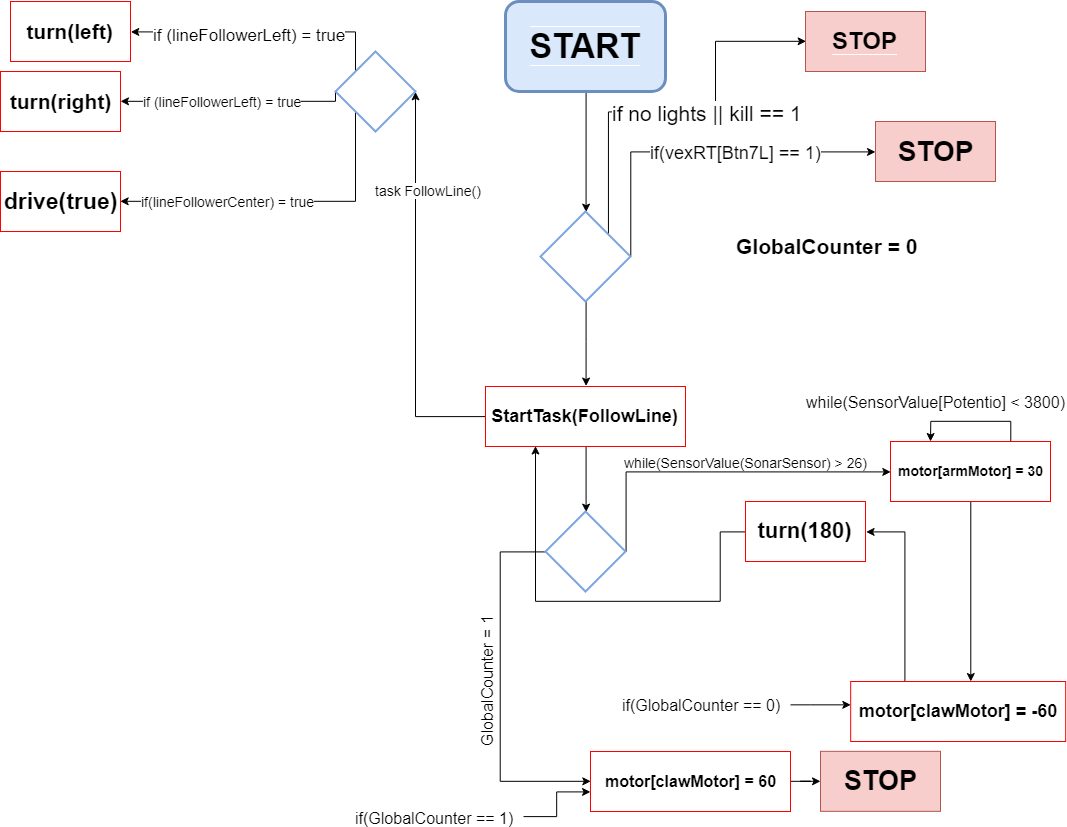
This is verkefni6/verkefni6_flaedirit.png from BergurIngiO/rob2a, a draw.io export, as it was before one commit. Source tidied: cells renumbered, new cells last; positions are measured from the earlier drawing's top-left corner, leaving out a move shared by most shapes.
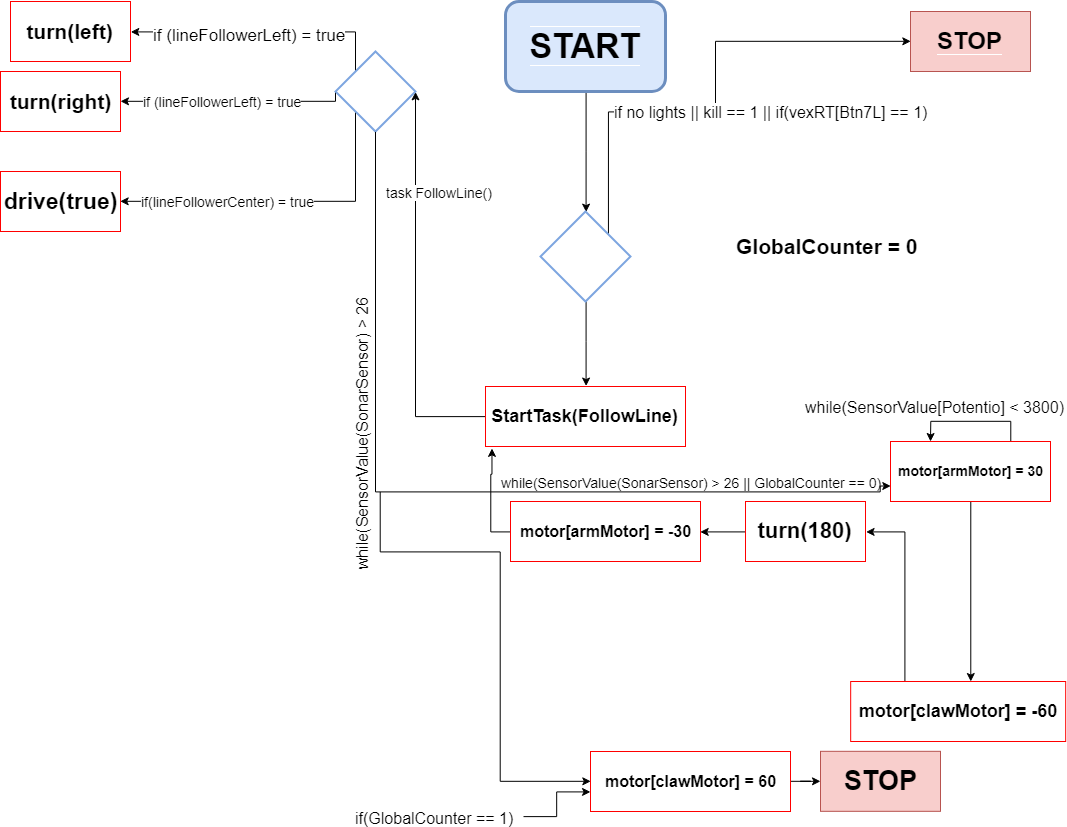
The same file after the commit.

Diff of the diagram source:
```diff
@@ -8,18 +8,18 @@
     <mxCell id="3" value="&lt;b&gt;&lt;font style=&quot;font-size: 34px ; background-color: rgb(218 , 232 , 252)&quot;&gt;START&lt;/font&gt;&lt;/b&gt;" style="rounded=1;whiteSpace=wrap;html=1;labelBackgroundColor=#FFFFFF;strokeColor=#6c8ebf;fontSize=21;fontColor=#000000;strokeWidth=3;fillColor=#dae8fc;" parent="1" vertex="1">
       <mxGeometry x="505" width="160" height="90" as="geometry" />
     </mxCell>
-    <mxCell id="4" style="edgeStyle=orthogonalEdgeStyle;rounded=0;html=1;exitX=1;exitY=0;jettySize=auto;fontSize=21;fontColor=#000000;" parent="1" edge="1" source="12">
+    <mxCell id="4" style="edgeStyle=orthogonalEdgeStyle;rounded=0;html=1;exitX=1;exitY=0;jettySize=auto;fontSize=21;fontColor=#000000;entryX=0;entryY=0.5;" parent="1" edge="1" source="12" target="13">
       <mxGeometry relative="1" as="geometry">
-        <mxPoint x="805" y="40" as="targetPoint" />
         <Array as="points">
           <mxPoint x="608" y="110" />
           <mxPoint x="715" y="110" />
+          <mxPoint x="715" y="40" />
         </Array>
       </mxGeometry>
     </mxCell>
-    <mxCell id="5" value="if no lights || kill == 1" style="text;html=1;align=center;verticalAlign=middle;labelBackgroundColor=#ffffff;fontSize=21;fontColor=#000000;" parent="4" vertex="1">
+    <mxCell id="5" value="if no lights || kill == 1 ||&amp;nbsp;&lt;span style=&quot;font-size: 16px;&quot;&gt;if(vexRT[Btn7L] == 1)&lt;/span&gt;&lt;br style=&quot;font-size: 16px;&quot;&gt;" style="text;html=1;align=center;verticalAlign=middle;labelBackgroundColor=#ffffff;fontSize=16;fontColor=#000000;" parent="4" vertex="1">
       <mxGeometry x="-0.37" y="-33" relative="1" as="geometry">
-        <mxPoint x="97" y="-33" as="offset" />
+        <mxPoint x="128" y="-33.5" as="offset" />
       </mxGeometry>
     </mxCell>
     <mxCell id="6" style="edgeStyle=orthogonalEdgeStyle;rounded=0;html=1;exitX=0;exitY=0.5;entryX=1;entryY=0.5;jettySize=auto;fontSize=21;fontColor=#000000;" parent="1" edge="1" source="26" target="20">
@@ -31,21 +31,9 @@
     </mxCell>
     <mxCell id="7" value="task FollowLine()" style="text;html=1;align=center;verticalAlign=middle;labelBackgroundColor=#ffffff;fontSize=14;fontColor=#000000;" parent="6" vertex="1">
       <mxGeometry x="0.69" y="3" relative="1" as="geometry">
-        <mxPoint x="15" y="37" as="offset" />
+        <mxPoint x="26" y="38.5" as="offset" />
       </mxGeometry>
     </mxCell>
-    <mxCell id="8" style="edgeStyle=orthogonalEdgeStyle;rounded=0;html=1;exitX=1;exitY=0.5;jettySize=auto;fontSize=14;fontColor=#000000;" parent="1" edge="1" source="12" target="24">
-      <mxGeometry relative="1" as="geometry">
-        <Array as="points">
-          <mxPoint x="630" y="150" />
-        </Array>
-      </mxGeometry>
-    </mxCell>
-    <mxCell id="9" value="&lt;font style=&quot;font-size: 18px&quot;&gt;if(vexRT[Btn7L] == 1)&lt;/font&gt;" style="text;html=1;align=center;verticalAlign=middle;labelBackgroundColor=#ffffff;fontSize=14;fontColor=#000000;" parent="8" vertex="1">
-      <mxGeometry x="0.02" y="3" relative="1" as="geometry">
-        <mxPoint x="32" y="3" as="offset" />
-      </mxGeometry>
-    </mxCell>
     <mxCell id="10" style="edgeStyle=orthogonalEdgeStyle;rounded=0;html=1;exitX=0.5;exitY=1;entryX=0.5;entryY=0;jettySize=auto;fontSize=14;fontColor=#000000;" parent="1" edge="1" source="12" target="26">
       <mxGeometry relative="1" as="geometry">
         <Array as="points">
@@ -54,16 +42,16 @@
         </Array>
       </mxGeometry>
     </mxCell>
-    <mxCell id="11" value="&lt;span&gt;while(SensorValue(SonarSensor) &amp;gt; 26)&lt;/span&gt;&lt;br&gt;" style="text;html=1;align=center;verticalAlign=middle;labelBackgroundColor=#ffffff;fontSize=14;fontColor=#000000;" parent="10" vertex="1">
+    <mxCell id="11" value="&lt;span&gt;while(SensorValue(SonarSensor) &amp;gt; 26 || GlobalCounter == 0)&lt;/span&gt;&lt;br&gt;" style="text;html=1;align=center;verticalAlign=middle;labelBackgroundColor=#ffffff;fontSize=14;fontColor=#000000;" parent="10" vertex="1">
       <mxGeometry x="-0.31" relative="1" as="geometry">
-        <mxPoint x="159.5" y="131" as="offset" />
+        <mxPoint x="105" y="151" as="offset" />
       </mxGeometry>
     </mxCell>
     <mxCell id="12" style="rhombus;whiteSpace=wrap;html=1;labelBackgroundColor=#FFFFFF;strokeColor=#7EA6E0;fontSize=21;fontColor=#000000;strokeWidth=2;" parent="1" vertex="1">
       <mxGeometry x="540" y="210" width="90" height="90" as="geometry" />
     </mxCell>
     <mxCell id="13" value="&lt;b&gt;&lt;font style=&quot;font-size: 24px ; background-color: rgb(248 , 206 , 204)&quot;&gt;STOP&lt;/font&gt;&lt;/b&gt;" style="rounded=0;whiteSpace=wrap;html=1;labelBackgroundColor=#FFFFFF;strokeColor=#b85450;fontSize=21;fontColor=#000000;fillColor=#f8cecc;" parent="1" vertex="1">
-      <mxGeometry x="805" y="10" width="120" height="60" as="geometry" />
+      <mxGeometry x="910" y="10" width="120" height="60" as="geometry" />
     </mxCell>
     <mxCell id="14" style="edgeStyle=orthogonalEdgeStyle;rounded=0;html=1;exitX=0;exitY=0;jettySize=auto;fontSize=21;fontColor=#000000;entryX=1;entryY=0.5;" parent="1" edge="1" source="20" target="21">
       <mxGeometry relative="1" as="geometry">
@@ -113,39 +101,34 @@
     <mxCell id="23" value="&lt;font style=&quot;font-size: 23px&quot;&gt;&lt;b&gt;drive(true)&lt;/b&gt;&lt;/font&gt;" style="rounded=0;whiteSpace=wrap;html=1;labelBackgroundColor=#FFFFFF;strokeColor=#FF0000;fontSize=14;fontColor=#000000;" parent="1" vertex="1">
       <mxGeometry y="170" width="120" height="60" as="geometry" />
     </mxCell>
-    <mxCell id="24" value="&lt;b&gt;&lt;font style=&quot;font-size: 28px&quot;&gt;STOP&lt;/font&gt;&lt;/b&gt;" style="rounded=0;whiteSpace=wrap;html=1;strokeColor=#b85450;fillColor=#f8cecc;" parent="1" vertex="1">
-      <mxGeometry x="875" y="120" width="120" height="60" as="geometry" />
-    </mxCell>
-    <mxCell id="25" style="edgeStyle=orthogonalEdgeStyle;rounded=0;html=1;exitX=0.5;exitY=1;jettySize=auto;fontSize=14;fontColor=#000000;" parent="1" edge="1" source="26" target="30">
-      <mxGeometry relative="1" as="geometry" />
-    </mxCell>
     <mxCell id="26" value="&lt;font style=&quot;font-size: 18px&quot;&gt;&lt;b&gt;StartTask(FollowLine)&lt;/b&gt;&lt;/font&gt;" style="rounded=0;whiteSpace=wrap;html=1;strokeColor=#FF0000;" parent="1" vertex="1">
       <mxGeometry x="485" y="385" width="200" height="60" as="geometry" />
     </mxCell>
-    <mxCell id="27" style="edgeStyle=orthogonalEdgeStyle;rounded=0;html=1;exitX=1;exitY=0.5;jettySize=auto;fontSize=14;fontColor=#000000;entryX=0;entryY=0.5;" parent="1" edge="1" source="30" target="34">
+    <mxCell id="27" style="edgeStyle=orthogonalEdgeStyle;rounded=0;html=1;exitX=0.5;exitY=1;jettySize=auto;fontSize=14;fontColor=#000000;entryX=0;entryY=0.75;" parent="1" edge="1" source="20" target="34">
       <mxGeometry relative="1" as="geometry">
         <Array as="points">
-          <mxPoint x="626" y="470" />
+          <mxPoint x="375" y="490" />
+          <mxPoint x="880" y="490" />
+          <mxPoint x="880" y="485" />
         </Array>
       </mxGeometry>
     </mxCell>
     <mxCell id="28" value="while(SensorValue[Potentio] &amp;lt; 3800)" style="text;html=1;align=center;verticalAlign=middle;labelBackgroundColor=#ffffff;fontSize=16;fontColor=#000000;" parent="27" vertex="1">
       <mxGeometry x="-0.42" y="-49" relative="1" as="geometry">
-        <mxPoint x="288" y="-119.5" as="offset" />
+        <mxPoint x="608" y="17" as="offset" />
       </mxGeometry>
     </mxCell>
-    <mxCell id="29" style="edgeStyle=orthogonalEdgeStyle;rounded=0;html=1;exitX=0;exitY=0.5;jettySize=auto;fontSize=16;fontColor=#000000;" parent="1" edge="1" source="30">
+    <mxCell id="29" style="edgeStyle=orthogonalEdgeStyle;rounded=0;html=1;jettySize=auto;orthogonalLoop=1;fontSize=16;fontColor=#000000;" parent="1" edge="1">
       <mxGeometry relative="1" as="geometry">
+        <mxPoint x="380" y="490" as="sourcePoint" />
         <mxPoint x="590" y="780" as="targetPoint" />
         <Array as="points">
+          <mxPoint x="380" y="550" />
           <mxPoint x="500" y="550" />
           <mxPoint x="500" y="780" />
         </Array>
       </mxGeometry>
     </mxCell>
-    <mxCell id="30" style="rhombus;whiteSpace=wrap;html=1;strokeWidth=2;strokeColor=#7EA6E0;" parent="1" vertex="1">
-      <mxGeometry x="545" y="510" width="80" height="80" as="geometry" />
-    </mxCell>
     <mxCell id="31" style="edgeStyle=orthogonalEdgeStyle;rounded=0;html=1;exitX=0.5;exitY=1;entryX=0.5;entryY=1;jettySize=auto;orthogonalLoop=1;fontSize=14;fontColor=#000000;" parent="1" edge="1" source="12" target="12">
       <mxGeometry relative="1" as="geometry" />
     </mxCell>
@@ -168,20 +151,9 @@
     <mxCell id="36" value="&lt;font style=&quot;font-size: 18px&quot;&gt;&lt;b&gt;motor[clawMotor] = -60&lt;/b&gt;&lt;/font&gt;" style="rounded=0;whiteSpace=wrap;html=1;strokeColor=#FF0000;" parent="1" vertex="1">
       <mxGeometry x="850.2" y="680" width="215" height="60" as="geometry" />
     </mxCell>
-    <mxCell id="37" style="edgeStyle=orthogonalEdgeStyle;rounded=0;html=1;exitX=0;exitY=0.5;entryX=0.25;entryY=1;jettySize=auto;fontSize=16;fontColor=#000000;" parent="1" edge="1" source="39" target="26">
-      <mxGeometry relative="1" as="geometry">
-        <Array as="points">
-          <mxPoint x="720" y="530" />
-          <mxPoint x="720" y="600" />
-          <mxPoint x="535" y="600" />
-        </Array>
-      </mxGeometry>
-    </mxCell>
-    <mxCell id="38" value="GlobalCounter = 1" style="text;html=1;align=center;verticalAlign=middle;labelBackgroundColor=#ffffff;fontSize=16;fontColor=#000000;rotation=-90;" parent="37" vertex="1">
-      <mxGeometry x="-0.42" y="2" relative="1" as="geometry">
-        <mxPoint x="-203" y="78" as="offset" />
-      </mxGeometry>
-    </mxCell>
+    <mxCell id="48" style="edgeStyle=orthogonalEdgeStyle;rounded=0;html=1;exitX=0;exitY=0.5;entryX=1;entryY=0.5;jettySize=auto;fontSize=16;fontColor=#000000;" parent="1" edge="1" source="39" target="51">
+      <mxGeometry relative="1" as="geometry" />
+    </mxCell>
     <mxCell id="39" value="&lt;font style=&quot;font-size: 22px&quot;&gt;&lt;b&gt;turn(180)&lt;/b&gt;&lt;/font&gt;" style="rounded=0;whiteSpace=wrap;html=1;strokeColor=#FF0000;" parent="1" vertex="1">
       <mxGeometry x="745" y="500" width="120" height="60" as="geometry" />
     </mxCell>
@@ -197,17 +169,6 @@
     <mxCell id="43" value="&lt;font style=&quot;font-size: 27px&quot;&gt;&lt;b&gt;STOP&lt;/b&gt;&lt;/font&gt;" style="rounded=0;whiteSpace=wrap;html=1;fillColor=#f8cecc;strokeColor=#b85450;" parent="1" vertex="1">
       <mxGeometry x="820" y="749.8" width="120" height="60" as="geometry" />
     </mxCell>
-    <mxCell id="44" style="edgeStyle=orthogonalEdgeStyle;rounded=0;html=1;entryX=0.001;entryY=0.389;entryPerimeter=0;jettySize=auto;fontSize=16;fontColor=#000000;" parent="1" edge="1" source="45" target="36">
-      <mxGeometry relative="1" as="geometry">
-        <Array as="points">
-          <mxPoint x="810" y="703" />
-          <mxPoint x="810" y="703" />
-        </Array>
-      </mxGeometry>
-    </mxCell>
-    <mxCell id="45" value="if(GlobalCounter == 0)" style="text;html=1;points=[];align=left;verticalAlign=top;spacingTop=-4;fontSize=16;fontColor=#000000;" parent="1" vertex="1">
-      <mxGeometry x="620" y="692" width="170" height="20" as="geometry" />
-    </mxCell>
     <mxCell id="46" style="edgeStyle=orthogonalEdgeStyle;rounded=0;html=1;jettySize=auto;fontSize=16;fontColor=#000000;" parent="1" edge="1" source="47" target="42">
       <mxGeometry relative="1" as="geometry">
         <Array as="points">
@@ -219,5 +180,14 @@
     <mxCell id="47" value="if(GlobalCounter == 1)" style="text;html=1;points=[];align=left;verticalAlign=top;spacingTop=-4;fontSize=16;fontColor=#000000;" parent="1" vertex="1">
       <mxGeometry x="353" y="805" width="170" height="20" as="geometry" />
     </mxCell>
+    <mxCell id="49" value="&lt;span&gt;while(SensorValue(SonarSensor) &amp;gt; 26&lt;/span&gt;" style="text;html=1;align=left;verticalAlign=top;spacingTop=-4;fontSize=16;fontColor=#000000;rotation=-90;" parent="1" vertex="1">
+      <mxGeometry x="215" y="415" width="290" height="20" as="geometry" />
+    </mxCell>
+    <mxCell id="50" style="edgeStyle=orthogonalEdgeStyle;rounded=0;html=1;exitX=0;exitY=0.5;entryX=0.032;entryY=1.031;entryPerimeter=0;jettySize=auto;fontSize=16;fontColor=#000000;" parent="1" edge="1" source="51" target="26">
+      <mxGeometry relative="1" as="geometry" />
+    </mxCell>
+    <mxCell id="51" value="&lt;b&gt;motor[armMotor] = -30&lt;/b&gt;" style="rounded=0;whiteSpace=wrap;html=1;labelBackgroundColor=#FFFFFF;strokeColor=#FF0000;strokeWidth=1;fontSize=16;fontColor=#000000;" parent="1" vertex="1">
+      <mxGeometry x="510" y="500" width="190" height="60" as="geometry" />
+    </mxCell>
   </root>
 </mxGraphModel>
```
